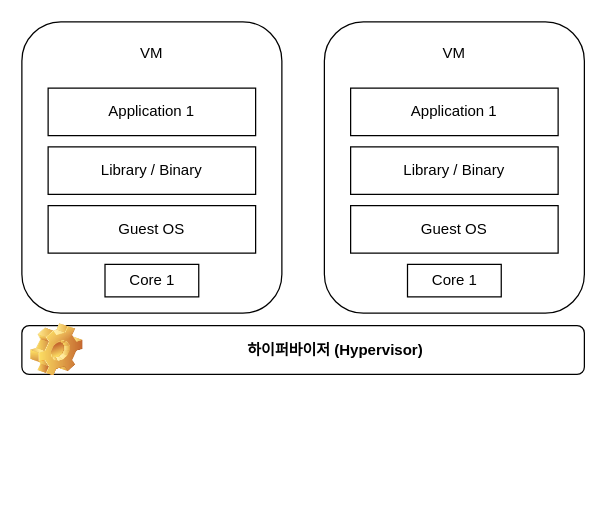
Earlier version of the draw.io diagram io/Build_Server_Comparing.drawio (Jiwon-lee-me/cicd-web-project). Source tidied: cells renumbered, new cells numbered last; positions are measured from the earlier drawing's top-left corner, leaving out a move shared by most shapes. Both pictures are drawn from the tidied source at 125%, with x=0, y=0 at pixel (21, 21).
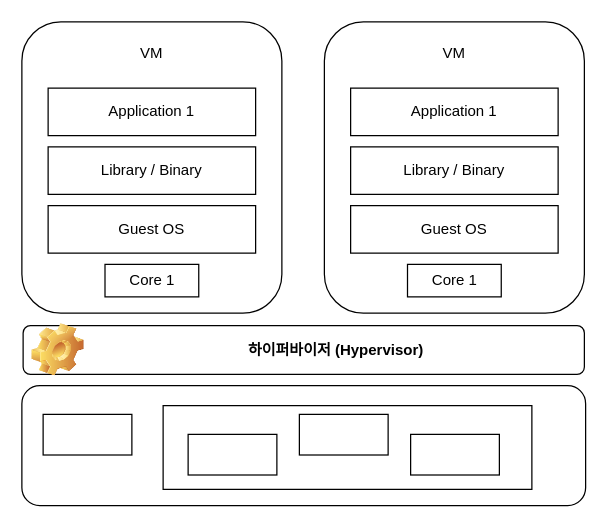
Above is the later version.

Change to the diagram source:
```diff
@@
     <mxCell id="14" value="하이퍼바이저 (Hypervisor)" style="label;whiteSpace=wrap;html=1;image=img/clipart/Gear_128x128.png;align=center;" parent="1" vertex="1">
-      <mxGeometry y="243" width="450" height="39" as="geometry" />
+      <mxGeometry x="1" y="243" width="449" height="39" as="geometry" />
     </mxCell>
+    <mxCell id="15" style="rounded=1;whiteSpace=wrap;html=1;" parent="1" vertex="1">
+      <mxGeometry y="291" width="451" height="96" as="geometry" />
+    </mxCell>
+    <mxCell id="16" style="rounded=0;whiteSpace=wrap;html=1;" parent="1" vertex="1">
+      <mxGeometry x="17" y="314" width="71" height="32.5" as="geometry" />
+    </mxCell>
+    <mxCell id="17" style="rounded=0;whiteSpace=wrap;html=1;" parent="1" vertex="1">
+      <mxGeometry x="113" y="307" width="295" height="67" as="geometry" />
+    </mxCell>
+    <mxCell id="18" style="rounded=0;whiteSpace=wrap;html=1;" parent="1" vertex="1">
+      <mxGeometry x="311" y="330" width="71" height="32.5" as="geometry" />
+    </mxCell>
+    <mxCell id="19" style="rounded=0;whiteSpace=wrap;html=1;" parent="1" vertex="1">
+      <mxGeometry x="133" y="330" width="71" height="32.5" as="geometry" />
+    </mxCell>
+    <mxCell id="20" style="rounded=0;whiteSpace=wrap;html=1;" parent="1" vertex="1">
+      <mxGeometry x="222" y="314" width="71" height="32.5" as="geometry" />
+    </mxCell>
```
